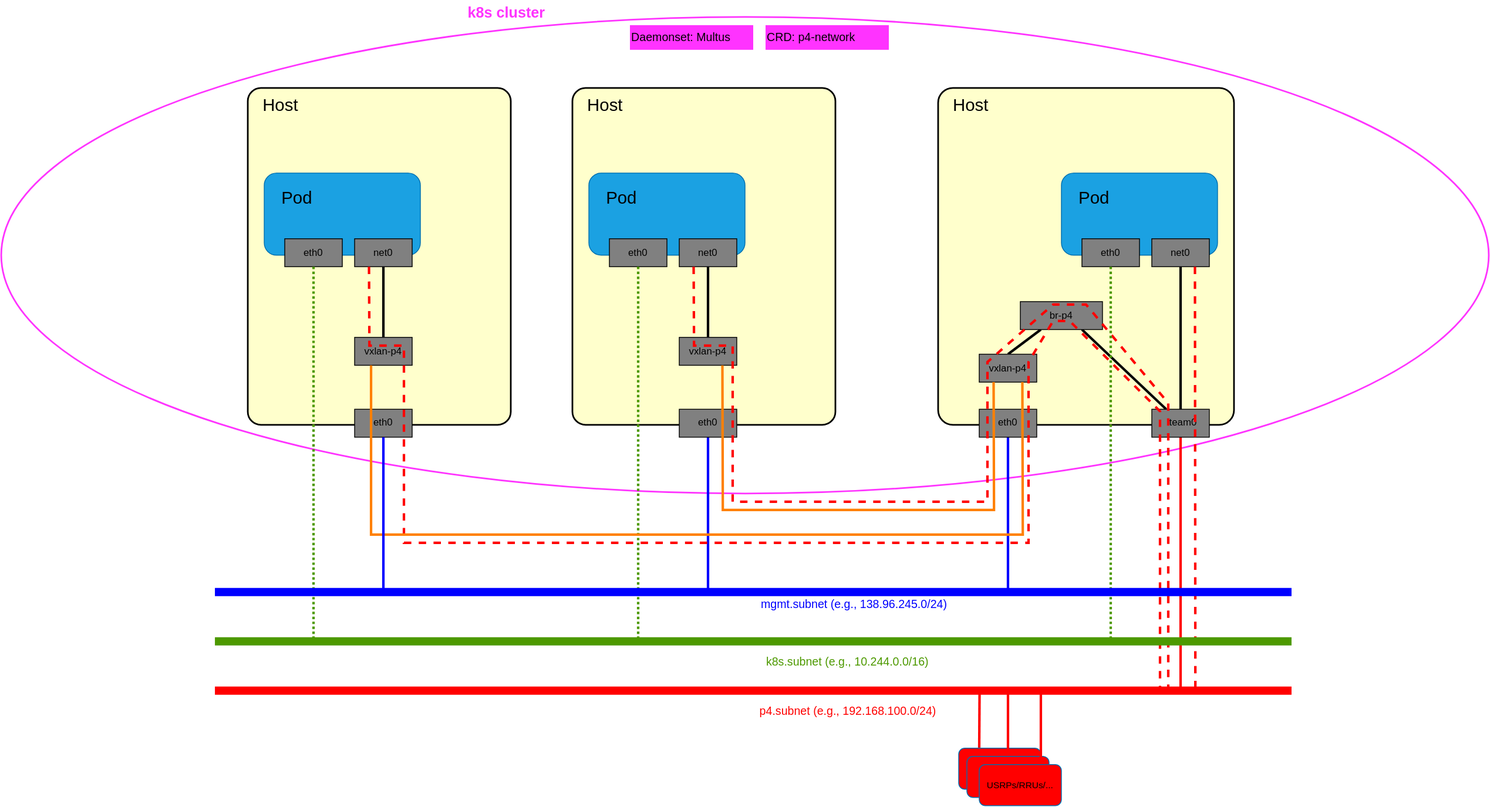
dsaucez/SLICES keeps this draw.io diagram as sopnode/multus/p4-network.svg. Above is the earlier version. Source tidied: cells renumbered, new cells last; positions are measured from the earlier drawing's top-left corner, leaving out a move shared by most shapes.
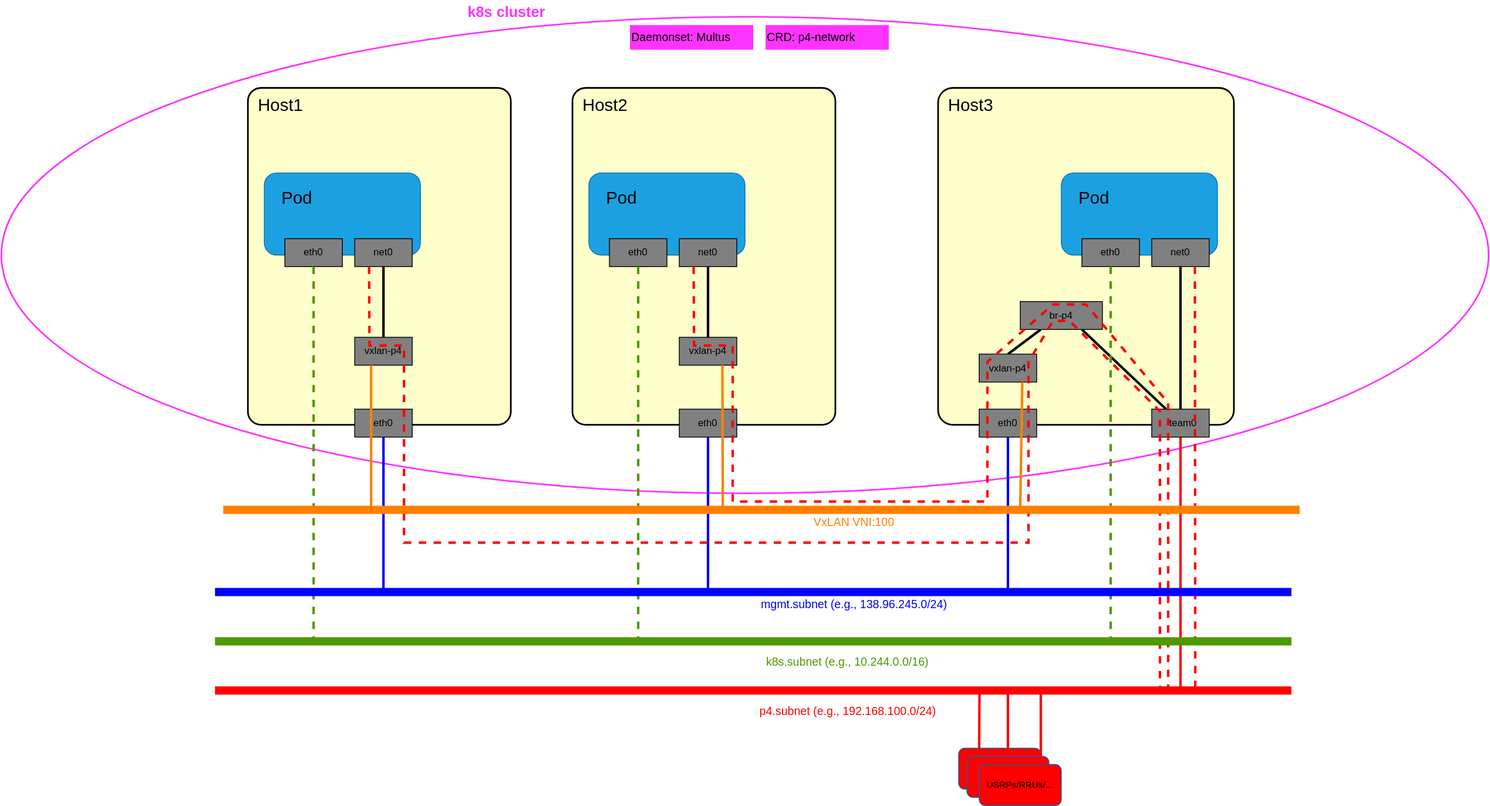
After the change.

What changed in the source:
```diff
@@ -8,7 +8,7 @@
     <mxCell id="3" style="rounded=1;whiteSpace=wrap;html=1;fontSize=14;fontColor=#ffffff;strokeColor=#000000;fillColor=#FFFFCC;arcSize=5;strokeWidth=2;" parent="1" vertex="1">
       <mxGeometry x="1140" y="106.5" width="360" height="410" as="geometry" />
     </mxCell>
-    <mxCell id="4" value="Host" style="text;html=1;align=center;verticalAlign=middle;whiteSpace=wrap;rounded=0;fontColor=#000000;fontSize=21;" parent="1" vertex="1">
+    <mxCell id="4" value="Host3" style="text;html=1;align=center;verticalAlign=middle;whiteSpace=wrap;rounded=0;fontColor=#000000;fontSize=21;" parent="1" vertex="1">
       <mxGeometry x="1150" y="111.5" width="60" height="30" as="geometry" />
     </mxCell>
     <mxCell id="5" style="rounded=1;whiteSpace=wrap;html=1;fontSize=14;fontColor=#ffffff;strokeColor=#000000;fillColor=#FFFFCC;arcSize=5;strokeWidth=2;" parent="1" vertex="1">
@@ -38,7 +38,7 @@
     <mxCell id="13" value="vxlan-p4" style="rounded=0;whiteSpace=wrap;html=1;fillColor=#808080;strokeColor=#000000;" parent="1" vertex="1">
       <mxGeometry x="825" y="410" width="70" height="34" as="geometry" />
     </mxCell>
-    <mxCell id="14" value="Host" style="text;html=1;align=center;verticalAlign=middle;whiteSpace=wrap;rounded=0;fontColor=#000000;fontSize=21;" parent="1" vertex="1">
+    <mxCell id="14" value="Host2" style="text;html=1;align=center;verticalAlign=middle;whiteSpace=wrap;rounded=0;fontColor=#000000;fontSize=21;" parent="1" vertex="1">
       <mxGeometry x="705" y="111.5" width="60" height="30" as="geometry" />
     </mxCell>
     <mxCell id="15" style="edgeStyle=none;curved=1;html=1;exitX=0.5;exitY=1;exitDx=0;exitDy=0;fontSize=14;fontColor=#0000FF;endArrow=none;endFill=0;strokeColor=#0000FF;strokeWidth=3;" parent="1" edge="1" source="16">
@@ -86,18 +86,15 @@
     <mxCell id="26" value="eth0" style="rounded=0;whiteSpace=wrap;html=1;fillColor=#808080;strokeColor=#000000;" parent="1" vertex="1">
       <mxGeometry x="1190" y="497.5" width="70" height="34" as="geometry" />
     </mxCell>
-    <mxCell id="27" style="edgeStyle=none;html=1;exitX=0.75;exitY=1;exitDx=0;exitDy=0;entryX=0.25;entryY=1;entryDx=0;entryDy=0;fontSize=14;fontColor=#000000;endArrow=none;endFill=0;strokeColor=#FF8000;strokeWidth=3;rounded=0;" parent="1" edge="1" source="13" target="18">
+    <mxCell id="27" style="edgeStyle=none;html=1;exitX=0.75;exitY=1;exitDx=0;exitDy=0;fontSize=14;fontColor=#000000;endArrow=none;endFill=0;strokeColor=#FF8000;strokeWidth=3;rounded=0;" parent="1" edge="1" source="13">
       <mxGeometry relative="1" as="geometry">
-        <Array as="points">
-          <mxPoint x="878" y="620" />
-          <mxPoint x="1208" y="620" />
-        </Array>
+        <mxPoint x="878" y="620" as="targetPoint" />
       </mxGeometry>
     </mxCell>
     <mxCell id="28" value="k8s.subnet (e.g., 10.244.0.0/16)" style="text;html=1;strokeColor=none;fillColor=none;align=center;verticalAlign=middle;whiteSpace=wrap;rounded=0;fontSize=14;fontColor=#4D9900;" parent="1" vertex="1">
       <mxGeometry x="880" y="790" width="300" height="30" as="geometry" />
     </mxCell>
-    <mxCell id="29" style="edgeStyle=none;html=1;exitX=0.5;exitY=1;exitDx=0;exitDy=0;dashed=1;dashPattern=1 1;fontSize=14;fontColor=#4D9900;endArrow=none;endFill=0;strokeColor=#4D9900;strokeWidth=3;rounded=0;" parent="1" edge="1" source="9">
+    <mxCell id="29" style="edgeStyle=none;html=1;exitX=0.5;exitY=1;exitDx=0;exitDy=0;dashed=1;fontSize=14;fontColor=#4D9900;endArrow=none;endFill=0;strokeColor=#4D9900;strokeWidth=3;rounded=0;" parent="1" edge="1" source="9">
       <mxGeometry relative="1" as="geometry">
         <mxPoint x="775" y="780" as="targetPoint" />
       </mxGeometry>
@@ -168,7 +165,7 @@
     <mxCell id="45" value="vxlan-p4" style="rounded=0;whiteSpace=wrap;html=1;fillColor=#808080;strokeColor=#000000;" parent="1" vertex="1">
       <mxGeometry x="430" y="410" width="70" height="34" as="geometry" />
     </mxCell>
-    <mxCell id="46" value="Host" style="text;html=1;align=center;verticalAlign=middle;whiteSpace=wrap;rounded=0;fontColor=#000000;fontSize=21;" parent="1" vertex="1">
+    <mxCell id="46" value="Host1" style="text;html=1;align=center;verticalAlign=middle;whiteSpace=wrap;rounded=0;fontColor=#000000;fontSize=21;" parent="1" vertex="1">
       <mxGeometry x="310" y="111.5" width="60" height="30" as="geometry" />
     </mxCell>
     <mxCell id="47" value="eth0" style="rounded=0;whiteSpace=wrap;html=1;fillColor=#808080;strokeColor=#000000;" parent="1" vertex="1">
@@ -189,18 +186,15 @@
         </Array>
       </mxGeometry>
     </mxCell>
-    <mxCell id="49" style="edgeStyle=none;html=1;exitX=0.5;exitY=1;exitDx=0;exitDy=0;dashed=1;dashPattern=1 1;fontSize=14;fontColor=#4D9900;endArrow=none;endFill=0;strokeColor=#4D9900;strokeWidth=3;rounded=0;" parent="1" edge="1" source="42">
+    <mxCell id="49" style="edgeStyle=none;html=1;exitX=0.5;exitY=1;exitDx=0;exitDy=0;dashed=1;fontSize=14;fontColor=#4D9900;endArrow=none;endFill=0;strokeColor=#4D9900;strokeWidth=3;rounded=0;" parent="1" edge="1" source="42">
       <mxGeometry relative="1" as="geometry">
         <mxPoint x="380" y="780" as="targetPoint" />
       </mxGeometry>
     </mxCell>
-    <mxCell id="50" style="edgeStyle=none;html=1;entryX=0.75;entryY=1;entryDx=0;entryDy=0;fontSize=14;fontColor=#000000;endArrow=none;endFill=0;strokeColor=#FF8000;strokeWidth=3;rounded=0;" parent="1" edge="1" target="18">
+    <mxCell id="50" style="edgeStyle=none;html=1;fontSize=14;fontColor=#000000;endArrow=none;endFill=0;strokeColor=#FF8000;strokeWidth=3;rounded=0;" parent="1" edge="1">
       <mxGeometry relative="1" as="geometry">
         <mxPoint x="450" y="444" as="sourcePoint" />
-        <Array as="points">
-          <mxPoint x="450" y="650" />
-          <mxPoint x="1243" y="650" />
-        </Array>
+        <mxPoint x="450" y="620" as="targetPoint" />
       </mxGeometry>
     </mxCell>
     <mxCell id="51" style="edgeStyle=none;curved=1;html=1;exitX=0.5;exitY=1;exitDx=0;exitDy=0;fontSize=14;fontColor=#0000FF;endArrow=none;endFill=0;strokeColor=#0000FF;strokeWidth=3;" parent="1" edge="1" source="47">
@@ -226,7 +220,7 @@
     <mxCell id="57" value="net0" style="rounded=0;whiteSpace=wrap;html=1;fillColor=#808080;strokeColor=#000000;" parent="1" vertex="1">
       <mxGeometry x="1400" y="290" width="70" height="34" as="geometry" />
     </mxCell>
-    <mxCell id="58" style="edgeStyle=none;html=1;dashed=1;dashPattern=1 1;fontSize=14;fontColor=#4D9900;endArrow=none;endFill=0;strokeColor=#4D9900;strokeWidth=3;rounded=0;" parent="1" edge="1" source="55">
+    <mxCell id="58" style="edgeStyle=none;html=1;dashed=1;fontSize=14;fontColor=#4D9900;endArrow=none;endFill=0;strokeColor=#4D9900;strokeWidth=3;rounded=0;" parent="1" edge="1" source="55">
       <mxGeometry relative="1" as="geometry">
         <mxPoint x="1350" y="780" as="targetPoint" />
       </mxGeometry>
@@ -248,5 +242,19 @@
         <mxPoint x="1570" y="720" as="targetPoint" />
       </mxGeometry>
     </mxCell>
+    <mxCell id="62" value="VxLAN VNI:100" style="text;html=1;strokeColor=none;fillColor=none;align=center;verticalAlign=middle;whiteSpace=wrap;rounded=0;fontSize=14;fontColor=#FF8000;" parent="1" vertex="1">
+      <mxGeometry x="887.5" y="620" width="300" height="30" as="geometry" />
+    </mxCell>
+    <mxCell id="63" style="endArrow=none;html=1;rounded=0;fontSize=14;fontColor=#000000;strokeColor=#FF8000;strokeWidth=10;fillColor=#60a917;" parent="1" edge="1">
+      <mxGeometry relative="1" as="geometry">
+        <mxPoint x="270" y="620" as="sourcePoint" />
+        <mxPoint x="1580" y="620" as="targetPoint" />
+      </mxGeometry>
+    </mxCell>
+    <mxCell id="64" style="edgeStyle=none;html=1;fontSize=14;fontColor=#000000;endArrow=none;endFill=0;strokeColor=#FF8000;strokeWidth=3;rounded=0;exitX=0.75;exitY=1;exitDx=0;exitDy=0;" parent="1" edge="1" source="18">
+      <mxGeometry relative="1" as="geometry">
+        <mxPoint x="1240" y="616" as="targetPoint" />
+      </mxGeometry>
+    </mxCell>
   </root>
 </mxGraphModel>
```
